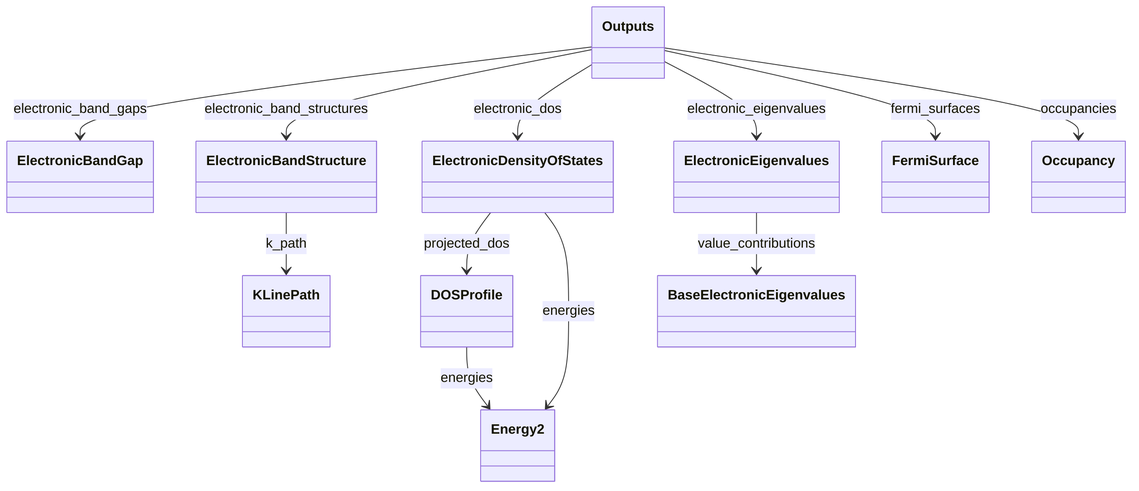
The Mermaid diagram docs/assets/diagrams/electronic_properties_0.png in FAIRmat-NFDI/nomad-simulations, before a commit. Its source is kept beside it as docs/assets/diagrams/electronic_properties_0.png.mmd.
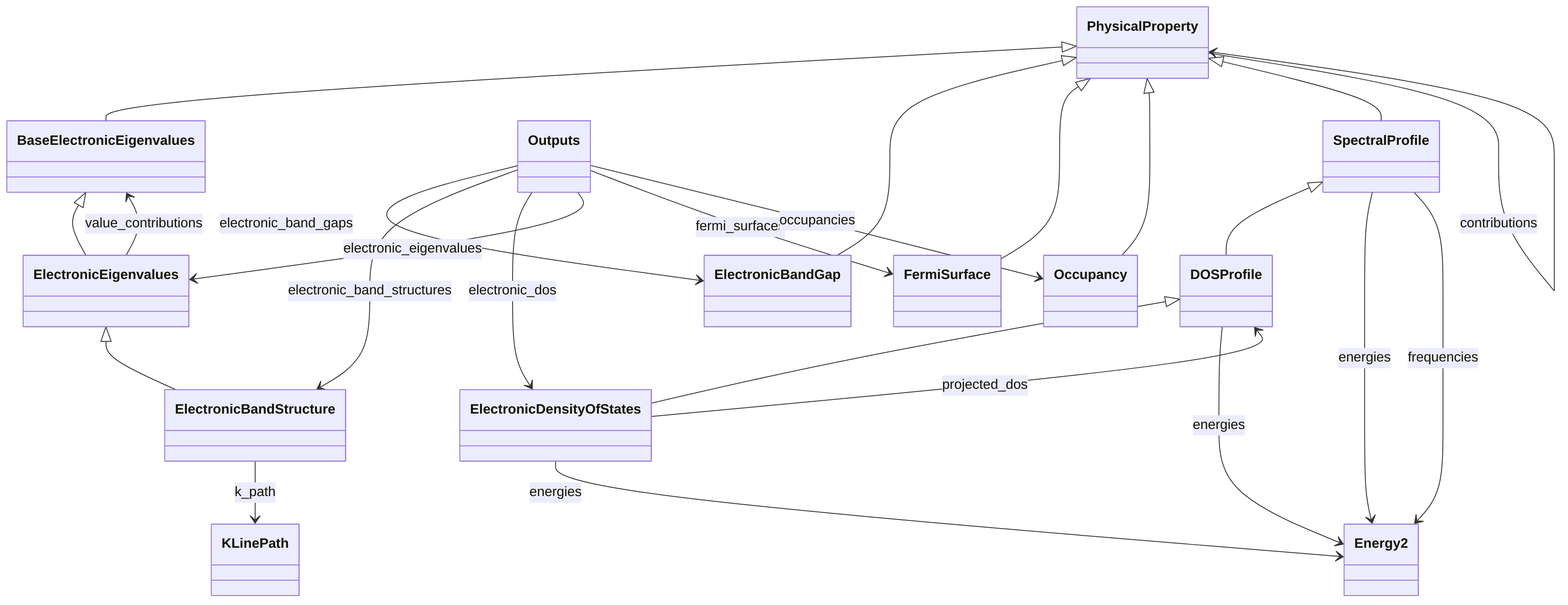
The same file after the commit.

What changed in the source:
```diff
@@ -10,6 +10,17 @@
     class KLinePath
     class Occupancy
     class Outputs
+    class PhysicalProperty
+    class SpectralProfile
+    PhysicalProperty <|-- BaseElectronicEigenvalues
+    SpectralProfile <|-- DOSProfile
+    PhysicalProperty <|-- ElectronicBandGap
+    ElectronicEigenvalues <|-- ElectronicBandStructure
+    DOSProfile <|-- ElectronicDensityOfStates
+    BaseElectronicEigenvalues <|-- ElectronicEigenvalues
+    PhysicalProperty <|-- FermiSurface
+    PhysicalProperty <|-- Occupancy
+    PhysicalProperty <|-- SpectralProfile
     DOSProfile --> Energy2 : energies
     ElectronicBandStructure --> KLinePath : k_path
     ElectronicDensityOfStates --> DOSProfile : projected_dos
@@ -21,3 +32,6 @@
     Outputs --> ElectronicEigenvalues : electronic_eigenvalues
     Outputs --> FermiSurface : fermi_surfaces
     Outputs --> Occupancy : occupancies
+    PhysicalProperty --> PhysicalProperty : contributions
+    SpectralProfile --> Energy2 : energies
+    SpectralProfile --> Energy2 : frequencies
```
